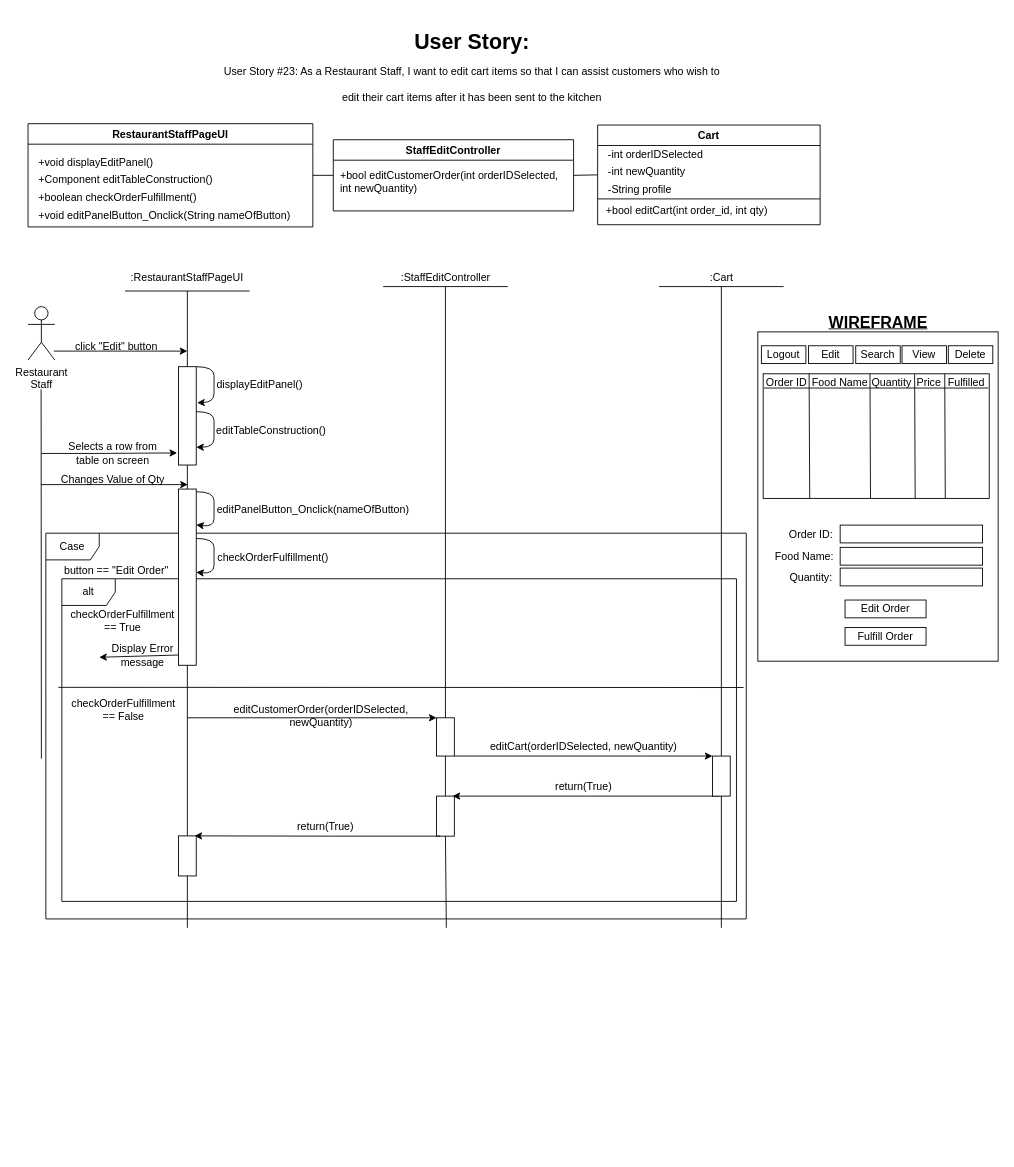
Above: BCE_UML_and_Diagrams/RestaurantStaff/RestaurantStaff_Edit/UserStory#23_RestaurantStaff_Edit.drawio in extred5700/JAVAGUI-Restaurant-Table-Order-System (draw.io), before the change. Source tidied: cells renumbered, new cells numbered last; positions are measured from the earlier drawing's top-left corner, leaving out a move shared by most shapes. Both pictures are drawn from the tidied source at 89%, with x=0, y=0 at pixel (28, 24).
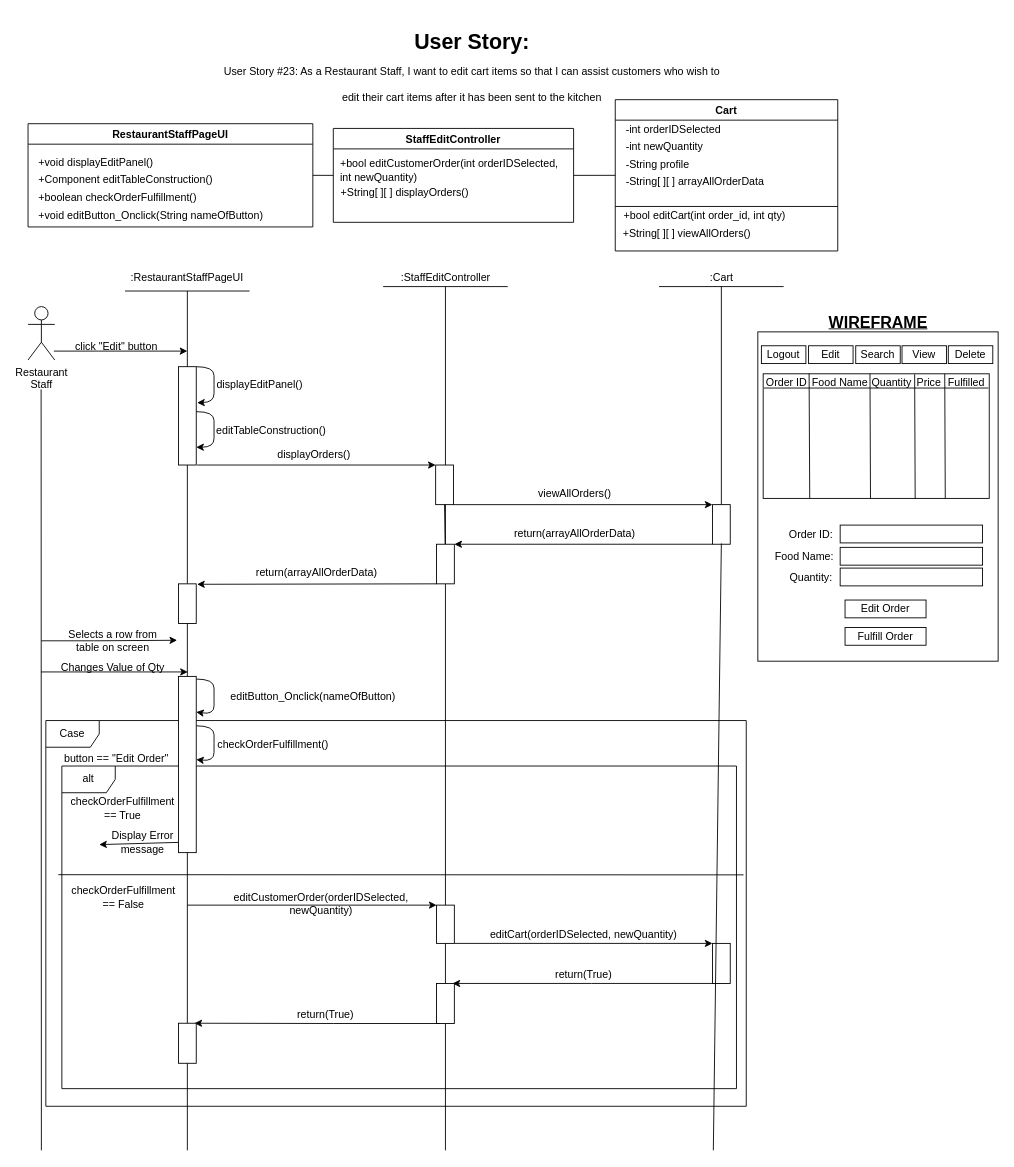
The same diagram, later.

Commit message (it also covers changes not shown here):
Changed Restaurant Staff Edit and Delete

Unchanged cells that the change refers to:
```xml
<mxCell id="5" value="RestaurantStaffPageUI" style="swimlane;" parent="1" vertex="1">
  <mxGeometry y="111.5" width="320" height="116" as="geometry" />
</mxCell>
<mxCell id="24" value=":Cart" style="text;html=1;align=center;verticalAlign=middle;points=[];strokeColor=none;fillColor=none;" parent="1" vertex="1">
  <mxGeometry x="759" y="274.5" width="40" height="20" as="geometry" />
</mxCell>
<mxCell id="53" style="rounded=0;whiteSpace=wrap;html=1;" parent="1" vertex="1">
  <mxGeometry x="169" y="384.5" width="20" height="110.5" as="geometry" />
</mxCell>
```

The edit, as a diff of the source:
```diff
@@
     <mxCell id="2" style="endArrow=none;html=1;rounded=0;fontSize=17;" parent="1" edge="1" target="91">
       <mxGeometry relative="1" as="geometry">
-        <mxPoint x="179" y="1015" as="sourcePoint" />
+        <mxPoint x="179" y="1265" as="sourcePoint" />
       </mxGeometry>
     </mxCell>
     <mxCell id="3" value="Case" style="shape=umlFrame;whiteSpace=wrap;html=1;" parent="1" vertex="1">
-      <mxGeometry x="20" y="571.6" width="787" height="433.4" as="geometry" />
+      <mxGeometry x="20" y="782.1" width="787" height="433.4" as="geometry" />
     </mxCell>
@@
-    <mxCell id="9" value="+void editPanelButton_Onclick(String nameOfButton)" style="text;html=1;align=left;verticalAlign=middle;strokeColor=none;fillColor=none;" parent="5" vertex="1">
-      <mxGeometry x="10" y="93" width="300" height="20" as="geometry" />
+    <mxCell id="9" value="+void editButton_Onclick(String nameOfButton)" style="text;html=1;align=left;verticalAlign=middle;strokeColor=none;fillColor=none;" parent="5" vertex="1">
+      <mxGeometry x="10" y="93" width="270" height="20" as="geometry" />
     </mxCell>
     <mxCell id="10" value="StaffEditController" style="swimlane;startSize=23;" parent="1" vertex="1">
-      <mxGeometry x="343" y="129.5" width="270" height="80" as="geometry" />
+      <mxGeometry x="343" y="116.8" width="270" height="105.5" as="geometry" />
     </mxCell>
@@
+    <mxCell id="93" value="&lt;div style=&quot;text-align: left&quot;&gt;&lt;span&gt;+String[ ][ ] displayOrders()&lt;/span&gt;&lt;/div&gt;" style="text;html=1;align=center;verticalAlign=middle;strokeColor=none;fillColor=none;" parent="10" vertex="1">
+      <mxGeometry y="62" width="160" height="20" as="geometry" />
+    </mxCell>
     <mxCell id="12" value="Cart" style="swimlane;" parent="1" vertex="1">
-      <mxGeometry x="640" y="113" width="250" height="112" as="geometry" />
+      <mxGeometry x="659.8" y="84.5" width="250" height="170" as="geometry" />
     </mxCell>
@@
     <mxCell id="16" style="endArrow=none;html=1;rounded=0;" parent="12" edge="1">
       <mxGeometry relative="1" as="geometry">
-        <mxPoint y="83" as="sourcePoint" />
-        <mxPoint x="250" y="83" as="targetPoint" />
+        <mxPoint y="120" as="sourcePoint" />
+        <mxPoint x="250" y="120" as="targetPoint" />
       </mxGeometry>
     </mxCell>
     <mxCell id="17" value="&lt;div style=&quot;text-align: justify&quot;&gt;+bool editCart(int order_id, int qty)&lt;/div&gt;" style="text;html=1;align=center;verticalAlign=middle;strokeColor=none;fillColor=none;" parent="12" vertex="1">
-      <mxGeometry y="87" width="200" height="20" as="geometry" />
+      <mxGeometry y="120" width="200" height="20" as="geometry" />
     </mxCell>
+    <mxCell id="94" value="-String[ ][ ] arrayAllOrderData" style="text;html=1;align=left;verticalAlign=middle;strokeColor=none;fillColor=none;" parent="12" vertex="1">
+      <mxGeometry x="10" y="82" width="170" height="20" as="geometry" />
+    </mxCell>
+    <mxCell id="95" value="&lt;div style=&quot;text-align: justify&quot;&gt;+String[ ][ ] viewAllOrders()&lt;/div&gt;" style="text;html=1;align=center;verticalAlign=middle;strokeColor=none;fillColor=none;" parent="12" vertex="1">
+      <mxGeometry y="140" width="160" height="20" as="geometry" />
+    </mxCell>
@@
     <mxCell id="28" style="curved=1;endArrow=classic;html=1;rounded=0;entryX=1;entryY=0.5;entryDx=0;entryDy=0;exitX=1;exitY=0;exitDx=0;exitDy=0;" parent="1" edge="1">
       <mxGeometry relative="1" as="geometry">
-        <mxPoint x="189" y="525" as="sourcePoint" />
-        <mxPoint x="189" y="562.1" as="targetPoint" />
+        <mxPoint x="189" y="735.5" as="sourcePoint" />
+        <mxPoint x="189" y="772.6" as="targetPoint" />
         <Array as="points">
-          <mxPoint x="209" y="525" />
-          <mxPoint x="209" y="545" />
-          <mxPoint x="209" y="565" />
+          <mxPoint x="209" y="735.5" />
+          <mxPoint x="209" y="755.5" />
+          <mxPoint x="209" y="775.5" />
         </Array>
       </mxGeometry>
     </mxCell>
-    <mxCell id="29" value="&lt;span style=&quot;text-align: left&quot;&gt;editPanelButton_Onclick(nameOfButton)&lt;/span&gt;" style="text;html=1;align=center;verticalAlign=middle;strokeColor=none;fillColor=none;" parent="1" vertex="1">
-      <mxGeometry x="205" y="535" width="230" height="20" as="geometry" />
+    <mxCell id="29" value="&lt;span style=&quot;text-align: left&quot;&gt;editButton_Onclick(nameOfButton)&lt;/span&gt;" style="text;html=1;align=center;verticalAlign=middle;strokeColor=none;fillColor=none;" parent="1" vertex="1">
+      <mxGeometry x="220" y="745.5" width="200" height="20" as="geometry" />
     </mxCell>
     <mxCell id="30" style="endArrow=classic;html=1;rounded=0;entryX=0;entryY=0;entryDx=0;entryDy=0;" parent="1" edge="1">
       <mxGeometry relative="1" as="geometry">
-        <mxPoint x="179" y="779" as="sourcePoint" />
-        <mxPoint x="459" y="779" as="targetPoint" />
+        <mxPoint x="179" y="989.5" as="sourcePoint" />
+        <mxPoint x="459" y="989.5" as="targetPoint" />
       </mxGeometry>
     </mxCell>
     <mxCell id="31" value="editCustomerOrder(orderIDSelected,&lt;br&gt;newQuantity)" style="text;html=1;align=center;verticalAlign=middle;strokeColor=none;fillColor=none;" parent="1" vertex="1">
-      <mxGeometry x="224" y="762" width="210" height="30" as="geometry" />
+      <mxGeometry x="224" y="972.5" width="210" height="30" as="geometry" />
     </mxCell>
     <mxCell id="32" style="edgeStyle=orthogonalEdgeStyle;rounded=0;jettySize=auto;html=1;exitX=1;exitY=1;exitDx=0;exitDy=0;entryX=0;entryY=0;entryDx=0;entryDy=0;" parent="1" edge="1" source="50" target="48">
       <mxGeometry relative="1" as="geometry">
         <Array as="points">
-          <mxPoint x="693" y="822" />
-          <mxPoint x="693" y="822" />
+          <mxPoint x="693" y="1032.5" />
+          <mxPoint x="693" y="1032.5" />
         </Array>
       </mxGeometry>
     </mxCell>
@@
     <mxCell id="34" value="editCart(orderIDSelected, newQuantity)" style="text;html=1;align=center;verticalAlign=middle;strokeColor=none;fillColor=none;" parent="1" vertex="1">
-      <mxGeometry x="509" y="802" width="230" height="20" as="geometry" />
+      <mxGeometry x="509" y="1012.5" width="230" height="20" as="geometry" />
     </mxCell>
-    <mxCell id="35" style="endArrow=none;html=1;rounded=0;entryX=0.5;entryY=0.982;entryDx=0;entryDy=0;entryPerimeter=0;" parent="1" edge="1" target="24">
-      <mxGeometry relative="1" as="geometry">
-        <mxPoint x="779" y="1015" as="sourcePoint" />
-      </mxGeometry>
+    <mxCell id="35" style="endArrow=none;html=1;rounded=0;entryX=0.5;entryY=0.982;entryDx=0;entryDy=0;entryPerimeter=0;startArrow=none;" parent="1" edge="1" source="107" target="24">
+      <mxGeometry relative="1" as="geometry" />
     </mxCell>
@@
     <mxCell id="47" style="edgeStyle=orthogonalEdgeStyle;rounded=0;orthogonalLoop=1;jettySize=auto;html=1;exitX=0;exitY=1;exitDx=0;exitDy=0;entryX=0.5;entryY=0;entryDx=0;entryDy=0;fontSize=12;" parent="1" edge="1">
       <mxGeometry relative="1" as="geometry">
-        <mxPoint x="777" y="867" as="sourcePoint" />
-        <mxPoint x="477" y="867" as="targetPoint" />
+        <mxPoint x="777" y="1077.5" as="sourcePoint" />
+        <mxPoint x="477" y="1077.5" as="targetPoint" />
         <Array as="points">
-          <mxPoint x="633" y="867" />
-          <mxPoint x="633" y="867" />
+          <mxPoint x="633" y="1077.5" />
+          <mxPoint x="633" y="1077.5" />
         </Array>
       </mxGeometry>
     </mxCell>
     <mxCell id="48" style="rounded=0;whiteSpace=wrap;html=1;" parent="1" vertex="1">
-      <mxGeometry x="769" y="822" width="20" height="45" as="geometry" />
+      <mxGeometry x="769" y="1032.5" width="20" height="45" as="geometry" />
     </mxCell>
@@
     <mxCell id="50" style="rounded=0;whiteSpace=wrap;html=1;" parent="1" vertex="1">
-      <mxGeometry x="459" y="779" width="20" height="43" as="geometry" />
+      <mxGeometry x="459" y="989.5" width="20" height="43" as="geometry" />
     </mxCell>
-    <mxCell id="51" style="endArrow=none;html=1;rounded=0;fontSize=17;startArrow=none;" parent="1" edge="1" source="91">
+    <mxCell id="51" style="endArrow=none;html=1;rounded=0;fontSize=17;startArrow=none;" parent="1" edge="1" source="109">
       <mxGeometry relative="1" as="geometry">
         <mxPoint x="179" y="299.5" as="targetPoint" />
       </mxGeometry>
     </mxCell>
@@
     <mxCell id="70" style="rounded=0;whiteSpace=wrap;html=1;" parent="1" vertex="1">
-      <mxGeometry x="459" y="867" width="20" height="45" as="geometry" />
+      <mxGeometry x="459" y="1077.5" width="20" height="45" as="geometry" />
     </mxCell>
     <mxCell id="71" style="endArrow=none;html=1;rounded=0;startArrow=none;entryX=0.5;entryY=1;entryDx=0;entryDy=0;entryPerimeter=0;" parent="1" edge="1" target="70">
       <mxGeometry relative="1" as="geometry">
-        <mxPoint x="470" y="1015" as="sourcePoint" />
+        <mxPoint x="469" y="1265" as="sourcePoint" />
       </mxGeometry>
     </mxCell>
     <mxCell id="72" value="return(True)" style="text;html=1;align=center;verticalAlign=middle;strokeColor=none;fillColor=none;fontSize=12;" parent="1" vertex="1">
-      <mxGeometry x="584" y="847.3" width="80" height="20" as="geometry" />
+      <mxGeometry x="584" y="1057.8" width="80" height="20" as="geometry" />
     </mxCell>
     <mxCell id="73" style="edgeStyle=orthogonalEdgeStyle;rounded=0;orthogonalLoop=1;jettySize=auto;html=1;entryX=0.5;entryY=0;entryDx=0;entryDy=0;fontSize=12;" parent="1" edge="1">
       <mxGeometry relative="1" as="geometry">
-        <mxPoint x="463" y="912" as="sourcePoint" />
-        <mxPoint x="187" y="911.7" as="targetPoint" />
+        <mxPoint x="463" y="1122.5" as="sourcePoint" />
+        <mxPoint x="187" y="1122.2" as="targetPoint" />
         <Array as="points">
-          <mxPoint x="343" y="911.7" />
-          <mxPoint x="343" y="911.7" />
+          <mxPoint x="343" y="1122.2" />
+          <mxPoint x="343" y="1122.2" />
         </Array>
       </mxGeometry>
     </mxCell>
     <mxCell id="74" style="rounded=0;whiteSpace=wrap;html=1;" parent="1" vertex="1">
-      <mxGeometry x="169" y="911.7" width="20" height="45" as="geometry" />
+      <mxGeometry x="169" y="1122.2" width="20" height="45" as="geometry" />
     </mxCell>
     <mxCell id="75" value="return(True)" style="text;html=1;align=center;verticalAlign=middle;strokeColor=none;fillColor=none;fontSize=12;" parent="1" vertex="1">
-      <mxGeometry x="294" y="892" width="80" height="20" as="geometry" />
+      <mxGeometry x="294" y="1102.5" width="80" height="20" as="geometry" />
     </mxCell>
@@
-    <mxCell id="78" style="edgeStyle=orthogonalEdgeStyle;rounded=0;jettySize=auto;html=1;entryX=-0.073;entryY=0.877;entryDx=0;entryDy=0;entryPerimeter=0;" parent="1" edge="1" target="53">
+    <mxCell id="78" style="edgeStyle=orthogonalEdgeStyle;rounded=0;orthogonalLoop=1;jettySize=auto;html=1;entryX=-0.073;entryY=0.877;entryDx=0;entryDy=0;entryPerimeter=0;" parent="1" edge="1">
       <mxGeometry relative="1" as="geometry">
-        <mxPoint x="15" y="482" as="sourcePoint" />
+        <mxPoint x="15" y="692.5" as="sourcePoint" />
+        <mxPoint x="167.5" y="691.9" as="targetPoint" />
         <Array as="points">
-          <mxPoint x="75" y="482" />
+          <mxPoint x="75" y="692.5" />
         </Array>
       </mxGeometry>
     </mxCell>
     <mxCell id="79" value="Selects a row from&lt;br&gt;table on screen" style="text;html=1;align=center;verticalAlign=middle;strokeColor=none;fillColor=none;" parent="1" vertex="1">
-      <mxGeometry x="40" y="467" width="110" height="30" as="geometry" />
+      <mxGeometry x="40" y="677.5" width="110" height="30" as="geometry" />
     </mxCell>
     <mxCell id="80" style="endArrow=none;html=1;rounded=0;" parent="1" edge="1">
       <mxGeometry relative="1" as="geometry">
-        <mxPoint x="15" y="825" as="sourcePoint" />
+        <mxPoint x="15" y="1265" as="sourcePoint" />
         <mxPoint x="14.7" y="410" as="targetPoint" />
       </mxGeometry>
     </mxCell>
     <mxCell id="81" style="edgeStyle=orthogonalEdgeStyle;rounded=0;orthogonalLoop=1;jettySize=auto;html=1;" parent="1" edge="1">
       <mxGeometry relative="1" as="geometry">
-        <mxPoint x="14.5" y="517" as="sourcePoint" />
-        <mxPoint x="179.5" y="517" as="targetPoint" />
+        <mxPoint x="14.5" y="727.5" as="sourcePoint" />
+        <mxPoint x="179.5" y="727.5" as="targetPoint" />
         <Array as="points">
-          <mxPoint x="74.5" y="517" />
-          <mxPoint x="74.5" y="517" />
+          <mxPoint x="74.5" y="727.5" />
+          <mxPoint x="74.5" y="727.5" />
         </Array>
       </mxGeometry>
     </mxCell>
     <mxCell id="82" value="Changes Value of Qty" style="text;html=1;align=center;verticalAlign=middle;strokeColor=none;fillColor=none;" parent="1" vertex="1">
-      <mxGeometry x="30" y="502" width="130" height="20" as="geometry" />
+      <mxGeometry x="30" y="712.5" width="130" height="20" as="geometry" />
     </mxCell>
     <mxCell id="83" value="button == &quot;Edit Order&quot;" style="text;html=1;strokeColor=none;fillColor=none;align=center;verticalAlign=middle;whiteSpace=wrap;rounded=0;" parent="1" vertex="1">
-      <mxGeometry x="39" y="599.2" width="121" height="30" as="geometry" />
+      <mxGeometry x="39" y="809.7" width="121" height="30" as="geometry" />
     </mxCell>
     <mxCell id="84" style="curved=1;endArrow=classic;html=1;rounded=0;exitX=1;exitY=0;exitDx=0;exitDy=0;" parent="1" edge="1">
       <mxGeometry relative="1" as="geometry">
-        <mxPoint x="189" y="577.5" as="sourcePoint" />
-        <mxPoint x="189" y="615.5" as="targetPoint" />
+        <mxPoint x="189" y="788" as="sourcePoint" />
+        <mxPoint x="189" y="826" as="targetPoint" />
         <Array as="points">
-          <mxPoint x="209" y="577.5" />
-          <mxPoint x="209" y="597.5" />
-          <mxPoint x="209" y="617.5" />
+          <mxPoint x="209" y="788" />
+          <mxPoint x="209" y="808" />
+          <mxPoint x="209" y="828" />
         </Array>
       </mxGeometry>
     </mxCell>
     <mxCell id="85" value="&lt;span style=&quot;text-align: left&quot;&gt;checkOrderFulfillment()&lt;/span&gt;" style="text;html=1;align=center;verticalAlign=middle;strokeColor=none;fillColor=none;" parent="1" vertex="1">
-      <mxGeometry x="205" y="589.2" width="140" height="20" as="geometry" />
+      <mxGeometry x="205" y="799.7" width="140" height="20" as="geometry" />
     </mxCell>
     <mxCell id="86" value="alt" style="shape=umlFrame;whiteSpace=wrap;html=1;" parent="1" vertex="1">
-      <mxGeometry x="38" y="622.8" width="758" height="362.5" as="geometry" />
+      <mxGeometry x="38" y="833.2" width="758" height="362.5" as="geometry" />
     </mxCell>
     <mxCell id="87" value="checkOrderFulfillment&lt;br&gt;== True" style="text;html=1;strokeColor=none;fillColor=none;align=center;verticalAlign=middle;whiteSpace=wrap;rounded=0;" parent="1" vertex="1">
-      <mxGeometry x="39" y="655" width="135" height="30" as="geometry" />
+      <mxGeometry x="39" y="865.5" width="135" height="30" as="geometry" />
     </mxCell>
     <mxCell id="88" style="endArrow=none;html=1;rounded=0;exitX=0;exitY=0.419;exitDx=0;exitDy=0;exitPerimeter=0;" parent="1" edge="1">
       <mxGeometry relative="1" as="geometry">
-        <mxPoint x="34" y="744.8" as="sourcePoint" />
-        <mxPoint x="804" y="745" as="targetPoint" />
+        <mxPoint x="34" y="955.3" as="sourcePoint" />
+        <mxPoint x="804" y="955.5" as="targetPoint" />
       </mxGeometry>
     </mxCell>
     <mxCell id="89" style="endArrow=classic;html=1;rounded=0;exitX=1;exitY=0.5;exitDx=0;exitDy=0;" parent="1" edge="1" source="90">
       <mxGeometry relative="1" as="geometry">
-        <mxPoint x="80" y="711" as="targetPoint" />
+        <mxPoint x="80" y="921.5" as="targetPoint" />
       </mxGeometry>
     </mxCell>
     <mxCell id="90" value="Display Error&lt;br&gt;message" style="text;html=1;strokeColor=none;fillColor=none;align=center;verticalAlign=middle;whiteSpace=wrap;rounded=0;" parent="1" vertex="1">
-      <mxGeometry x="89" y="693.5" width="80" height="30" as="geometry" />
+      <mxGeometry x="89" y="904" width="80" height="30" as="geometry" />
     </mxCell>
     <mxCell id="91" style="rounded=0;whiteSpace=wrap;html=1;" parent="1" vertex="1">
-      <mxGeometry x="169" y="522" width="20" height="198" as="geometry" />
+      <mxGeometry x="169" y="732.5" width="20" height="198" as="geometry" />
     </mxCell>
     <mxCell id="92" value="checkOrderFulfillment&lt;br&gt;== False" style="text;html=1;strokeColor=none;fillColor=none;align=center;verticalAlign=middle;whiteSpace=wrap;rounded=0;" parent="1" vertex="1">
-      <mxGeometry x="40" y="755" width="135" height="30" as="geometry" />
+      <mxGeometry x="40" y="965.5" width="135" height="30" as="geometry" />
     </mxCell>
+    <mxCell id="96" style="endArrow=classic;html=1;rounded=0;entryX=0;entryY=0;entryDx=0;entryDy=0;" parent="1" edge="1" target="97">
+      <mxGeometry relative="1" as="geometry">
+        <mxPoint x="190" y="495" as="sourcePoint" />
+      </mxGeometry>
+    </mxCell>
+    <mxCell id="97" style="rounded=0;whiteSpace=wrap;html=1;" parent="1" vertex="1">
+      <mxGeometry x="458" y="495" width="20" height="44.5" as="geometry" />
+    </mxCell>
+    <mxCell id="98" style="endArrow=none;html=1;rounded=0;startArrow=none;entryX=0.5;entryY=1;entryDx=0;entryDy=0;entryPerimeter=0;" parent="1" edge="1" source="102" target="97">
+      <mxGeometry relative="1" as="geometry" />
+    </mxCell>
+    <mxCell id="99" value="&lt;span style=&quot;font-size: 12px&quot;&gt;displayOrders()&lt;/span&gt;" style="text;html=1;align=center;verticalAlign=middle;strokeColor=none;fillColor=none;fontSize=16;" parent="1" vertex="1">
+      <mxGeometry x="271" y="467" width="100" height="30" as="geometry" />
+    </mxCell>
+    <mxCell id="100" style="endArrow=classic;html=1;rounded=0;entryX=0;entryY=0;entryDx=0;entryDy=0;exitX=1;exitY=1;exitDx=0;exitDy=0;" parent="1" edge="1" source="97" target="107">
+      <mxGeometry relative="1" as="geometry" />
+    </mxCell>
+    <mxCell id="101" value="&lt;span style=&quot;font-size: 12px&quot;&gt;viewAllOrders()&lt;/span&gt;" style="text;html=1;align=center;verticalAlign=middle;strokeColor=none;fillColor=none;fontSize=16;" parent="1" vertex="1">
+      <mxGeometry x="564" y="509.5" width="100" height="30" as="geometry" />
+    </mxCell>
+    <mxCell id="102" style="rounded=0;whiteSpace=wrap;html=1;" parent="1" vertex="1">
+      <mxGeometry x="459" y="584" width="20" height="44.5" as="geometry" />
+    </mxCell>
+    <mxCell id="103" style="endArrow=classic;html=1;rounded=0;exitX=0;exitY=1;exitDx=0;exitDy=0;entryX=1;entryY=0;entryDx=0;entryDy=0;" parent="1" edge="1" source="107" target="102">
+      <mxGeometry relative="1" as="geometry" />
+    </mxCell>
+    <mxCell id="104" value="&lt;span style=&quot;font-size: 12px&quot;&gt;return(arrayAllOrderData)&lt;/span&gt;" style="text;html=1;align=center;verticalAlign=middle;strokeColor=none;fillColor=none;fontSize=16;" parent="1" vertex="1">
+      <mxGeometry x="539" y="555" width="150" height="30" as="geometry" />
+    </mxCell>
+    <mxCell id="105" style="endArrow=classic;html=1;rounded=0;exitX=0;exitY=1;exitDx=0;exitDy=0;" parent="1" edge="1" source="102">
+      <mxGeometry relative="1" as="geometry">
+        <mxPoint x="190" y="629" as="targetPoint" />
+      </mxGeometry>
+    </mxCell>
+    <mxCell id="106" value="&lt;span style=&quot;font-size: 12px&quot;&gt;return(arrayAllOrderData)&lt;/span&gt;" style="text;html=1;align=center;verticalAlign=middle;strokeColor=none;fillColor=none;fontSize=16;" parent="1" vertex="1">
+      <mxGeometry x="249" y="598.7" width="150" height="30" as="geometry" />
+    </mxCell>
+    <mxCell id="107" style="rounded=0;whiteSpace=wrap;html=1;" parent="1" vertex="1">
+      <mxGeometry x="769" y="539.5" width="20" height="44.5" as="geometry" />
+    </mxCell>
+    <mxCell id="108" style="endArrow=none;html=1;rounded=0;entryX=0.5;entryY=0.982;entryDx=0;entryDy=0;entryPerimeter=0;" parent="1" edge="1" target="107">
+      <mxGeometry relative="1" as="geometry">
+        <mxPoint x="770" y="1265" as="sourcePoint" />
+      </mxGeometry>
+    </mxCell>
+    <mxCell id="109" style="rounded=0;whiteSpace=wrap;html=1;" parent="1" vertex="1">
+      <mxGeometry x="169" y="628.5" width="20" height="44.5" as="geometry" />
+    </mxCell>
+    <mxCell id="110" style="endArrow=none;html=1;rounded=0;fontSize=17;startArrow=none;" parent="1" edge="1" source="91" target="109">
+      <mxGeometry relative="1" as="geometry" />
+    </mxCell>
```
